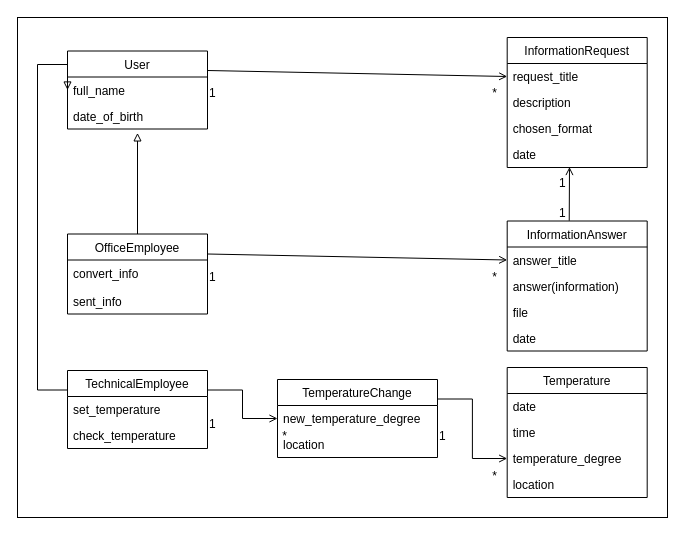
oleksandrblazhko/ai-213-gavrosh keeps this draw.io diagram as 2-SoftwareDesign/2.1-UMLConceptClasses/UMLConceptClasses.drawio. Above is the earlier version. Source tidied: cells renumbered, new cells numbered last; positions are measured from the earlier drawing's top-left corner, leaving out a move shared by most shapes. Both pictures are drawn from the tidied source at 100%, with x=0, y=0 at pixel (17, 17).
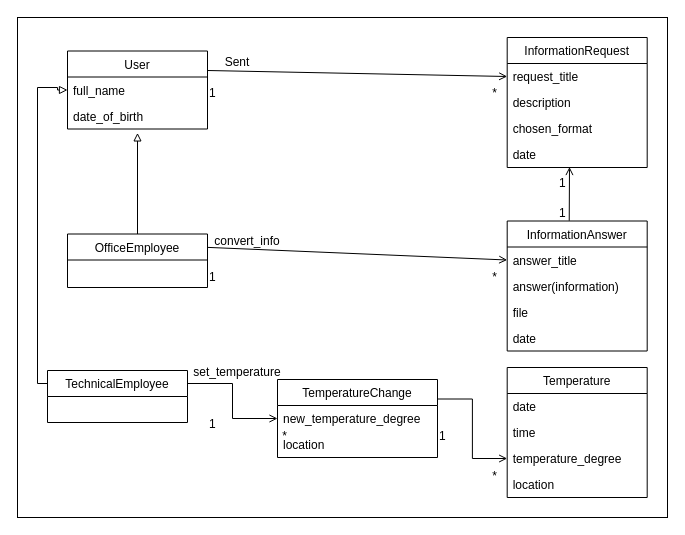
The same diagram, later.

Unchanged cells that the change refers to:
```xml
<mxCell id="12" value="full_name" style="text;strokeColor=none;fillColor=none;align=left;verticalAlign=top;spacingLeft=4;spacingRight=4;overflow=hidden;points=[[0,0.5],[1,0.5]];portConstraint=eastwest;" parent="11" vertex="1">
  <mxGeometry y="26" width="140" height="26" as="geometry" />
</mxCell>
```

Diff of the diagram source:
```diff
@@
     <mxCell id="19" value="OfficeEmployee" style="swimlane;fontStyle=0;horizontal=1;startSize=26;fillColor=none;" parent="1" vertex="1">
-      <mxGeometry x="50" y="216.5" width="140" height="80" as="geometry" />
+      <mxGeometry x="50" y="216.5" width="140" height="53.5" as="geometry" />
     </mxCell>
-    <mxCell id="20" value="convert_info&#10;&#10;sent_info" style="text;strokeColor=none;fillColor=none;align=left;verticalAlign=top;spacingLeft=4;spacingRight=4;overflow=hidden;" parent="19" vertex="1">
-      <mxGeometry y="26" width="140" height="54" as="geometry" />
-    </mxCell>
@@
     <mxCell id="26" value="TechnicalEmployee" style="swimlane;fontStyle=0;horizontal=1;startSize=26;fillColor=none;" parent="1" vertex="1">
-      <mxGeometry x="50" y="353" width="140" height="78" as="geometry" />
+      <mxGeometry x="30" y="353" width="140" height="52" as="geometry" />
     </mxCell>
-    <mxCell id="27" value="set_temperature" style="text;strokeColor=none;fillColor=none;align=left;verticalAlign=top;spacingLeft=4;spacingRight=4;overflow=hidden;" parent="26" vertex="1">
-      <mxGeometry y="26" width="140" height="26" as="geometry" />
-    </mxCell>
-    <mxCell id="28" value="check_temperature" style="text;strokeColor=none;fillColor=none;align=left;verticalAlign=top;spacingLeft=4;spacingRight=4;overflow=hidden;" parent="26" vertex="1">
-      <mxGeometry y="52" width="140" height="26" as="geometry" />
-    </mxCell>
@@
     <mxCell id="36" style="edgeStyle=orthogonalEdgeStyle;rounded=0;jettySize=auto;html=1;exitX=0;exitY=0.25;exitDx=0;exitDy=0;entryX=0;entryY=0.5;entryDx=0;entryDy=0;endArrow=block;endFill=0;" parent="1" edge="1" source="26" target="12">
       <mxGeometry relative="1" as="geometry">
         <Array as="points">
-          <mxPoint x="20" y="373" />
-          <mxPoint x="20" y="47" />
-          <mxPoint x="50" y="47" />
+          <mxPoint x="20" y="366" />
+          <mxPoint x="20" y="70" />
+          <mxPoint x="40" y="70" />
+          <mxPoint x="40" y="73" />
         </Array>
       </mxGeometry>
     </mxCell>
@@
+    <mxCell id="46" value="Sent" style="text;html=1;strokeColor=none;fillColor=none;align=center;verticalAlign=middle;whiteSpace=wrap;rounded=0;" parent="1" vertex="1">
+      <mxGeometry x="190" y="30" width="60" height="30" as="geometry" />
+    </mxCell>
+    <mxCell id="47" value="convert_info" style="text;html=1;strokeColor=none;fillColor=none;align=center;verticalAlign=middle;whiteSpace=wrap;rounded=0;" parent="1" vertex="1">
+      <mxGeometry x="200" y="209" width="60" height="30" as="geometry" />
+    </mxCell>
+    <mxCell id="27" value="set_temperature" style="text;html=1;strokeColor=none;fillColor=none;align=center;verticalAlign=middle;whiteSpace=wrap;rounded=0;" parent="1" vertex="1">
+      <mxGeometry x="190" y="340" width="60" height="30" as="geometry" />
+    </mxCell>
```
